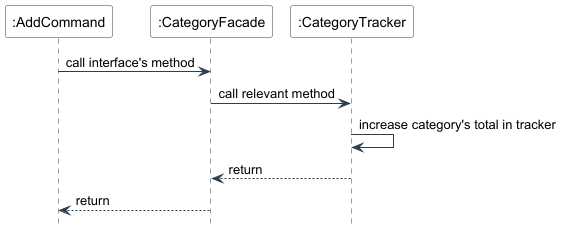
The PlantUML diagram docs/diagrams/images/CategoryFacade Add SequenceUML.png in nus-cs2113-AY2425S1/tp, before a commit.
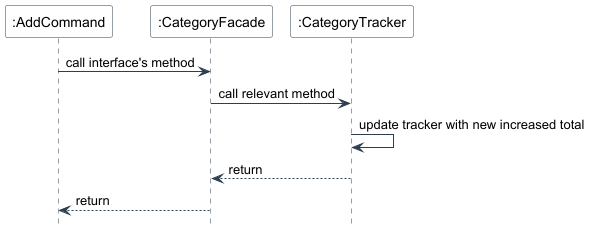
The same file after the commit.

Commit message:
Update category sequence UMLs for Add, Delete, Edit

The edit, as a diff of the source:
```diff
@@ -14,7 +14,7 @@
 
 AC -> CF: call interface's method
 CF -> CT: call relevant method
-CT -> CT: increase category's total in tracker
+CT -> CT: update tracker with new increased total
 CT --> CF: return
 CF --> AC: return
 
```
